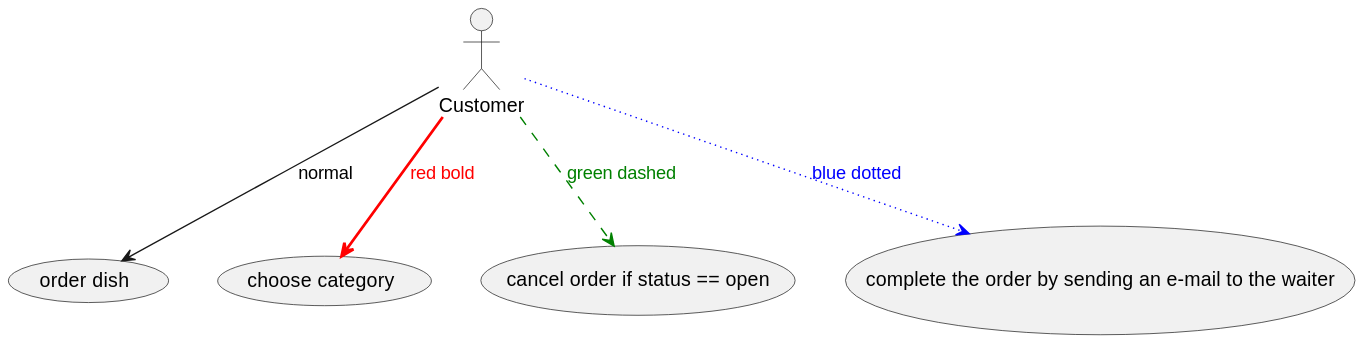
tonisun/menu keeps this PlantUML diagram as out/public/doc/UCD-customer/UCD-customer.svg. Above is the earlier version. Its diagram source:
```plantuml
@startuml
actor Customer
Customer --> (order dish) : normal
Customer --> (choose category) #line:red;line.bold;text:red  : red bold
Customer --> (cancel order if status == open) #green;line.dashed;text:green : green dashed
Customer --> (complete the order by sending an e-mail to the waiter) #blue;line.dotted;text:blue   : blue dotted
@enduml
```
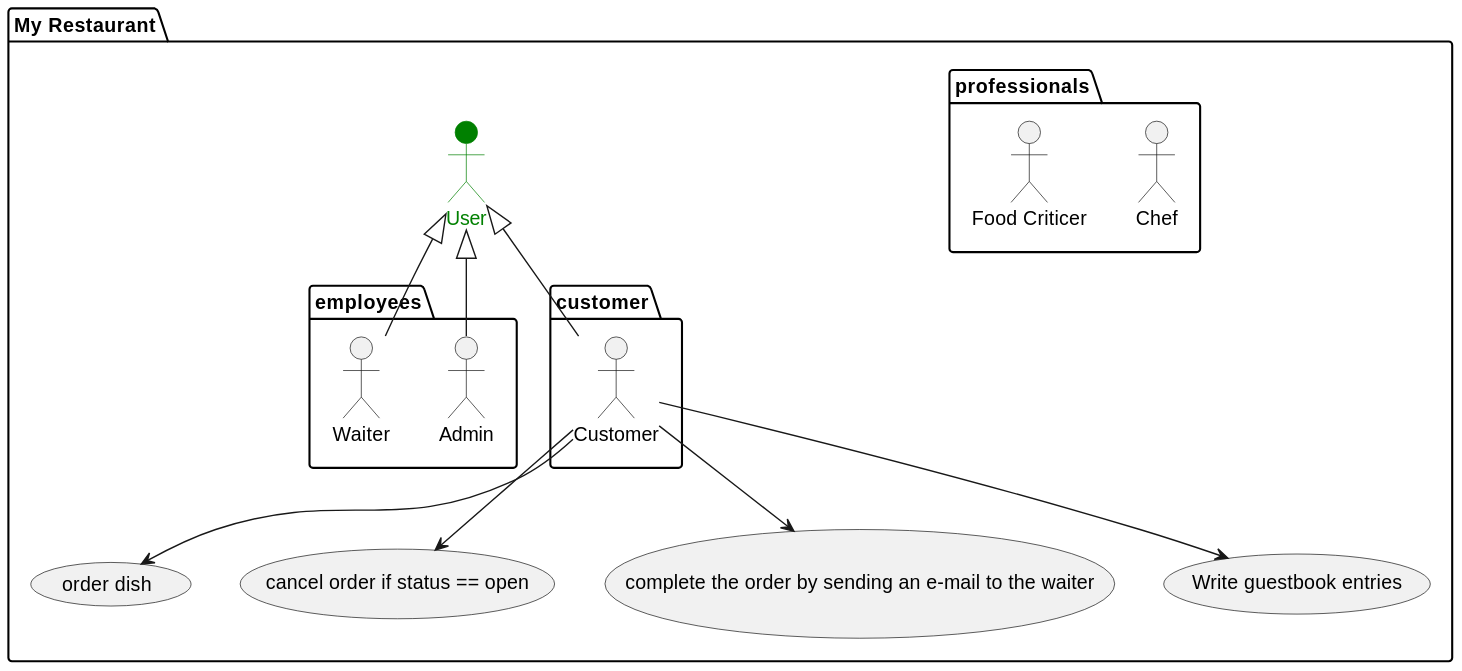
The same diagram one commit later.

What changed in the source:
```diff
@@ -1,7 +1,34 @@
 @startuml
-actor Customer
-Customer --> (order dish) : normal
-Customer --> (choose category) #line:red;line.bold;text:red  : red bold
-Customer --> (cancel order if status == open) #green;line.dashed;text:green : green dashed
-Customer --> (complete the order by sending an e-mail to the waiter) #blue;line.dotted;text:blue   : blue dotted
+package "My Restaurant" {
+
+    actor User as u #green;line:green;text:green;
+
+    package professionals {
+        actor Chef as ch
+        actor "Food Criticer" as fc
+    }
+    package employees {
+        actor Admin as a
+        actor Waiter as w
+    }
+    package customer {
+        actor Customer as c
+    }
+
+    u <|-- c
+    u <|-- w
+    u <|-- a
+
+    usecase "order dish" as UC0
+    usecase "cancel order if status == open" as UC1
+    usecase "complete the order by sending an e-mail to the waiter" as UC2
+    usecase "Write guestbook entries" as UC3
+
+    c --> UC0
+    c --> UC1
+    c --> UC2
+    c --> UC3
+}
+
+
 @enduml
```
